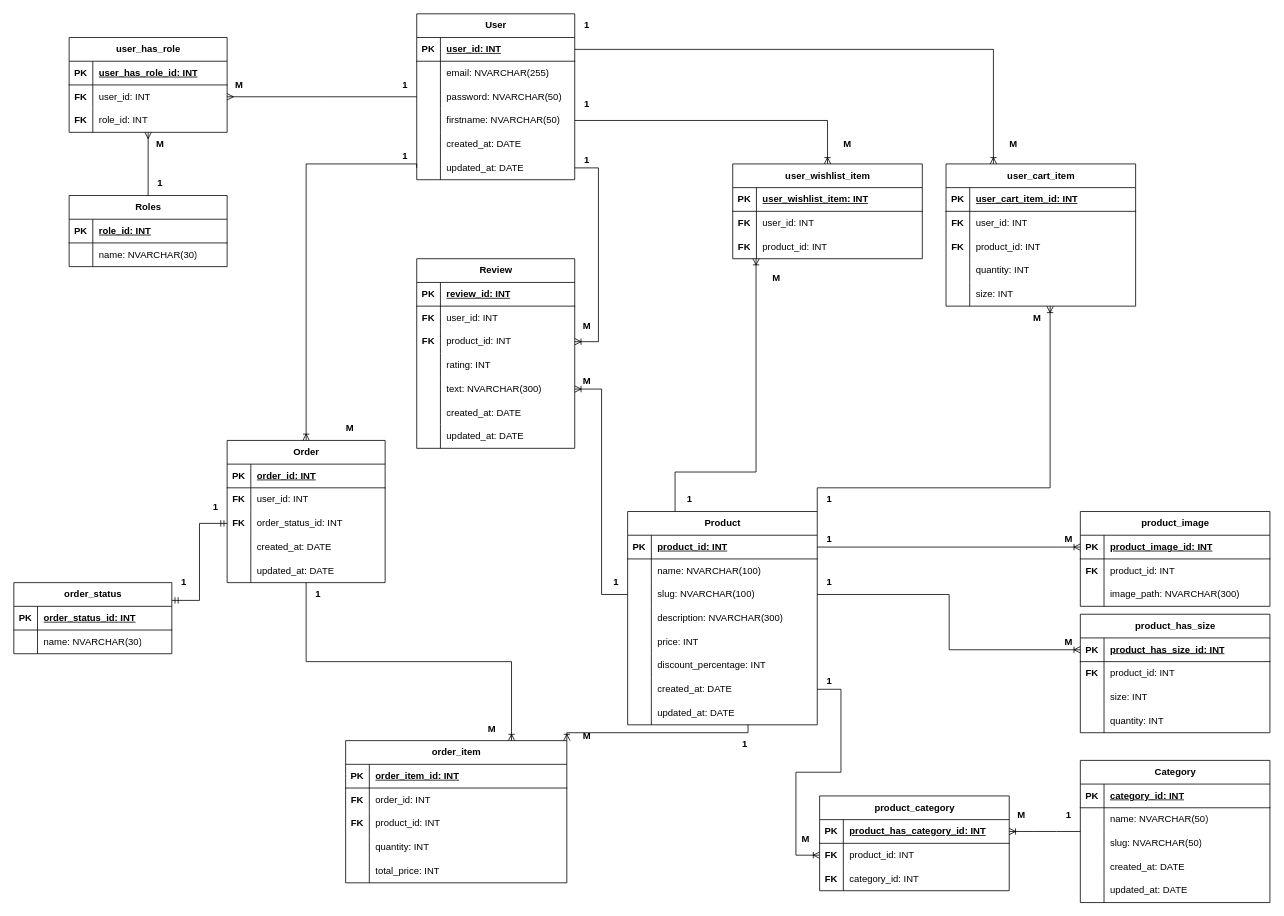
Earlier version of the draw.io diagram docs/ECommerce-ER.drawio (danilovvvladimir/quasar). Source tidied: cells renumbered, new cells numbered last; positions are measured from the earlier drawing's top-left corner, leaving out a move shared by most shapes. Both pictures are drawn from the tidied source at 79%, with x=0, y=0 at pixel (13, 13).
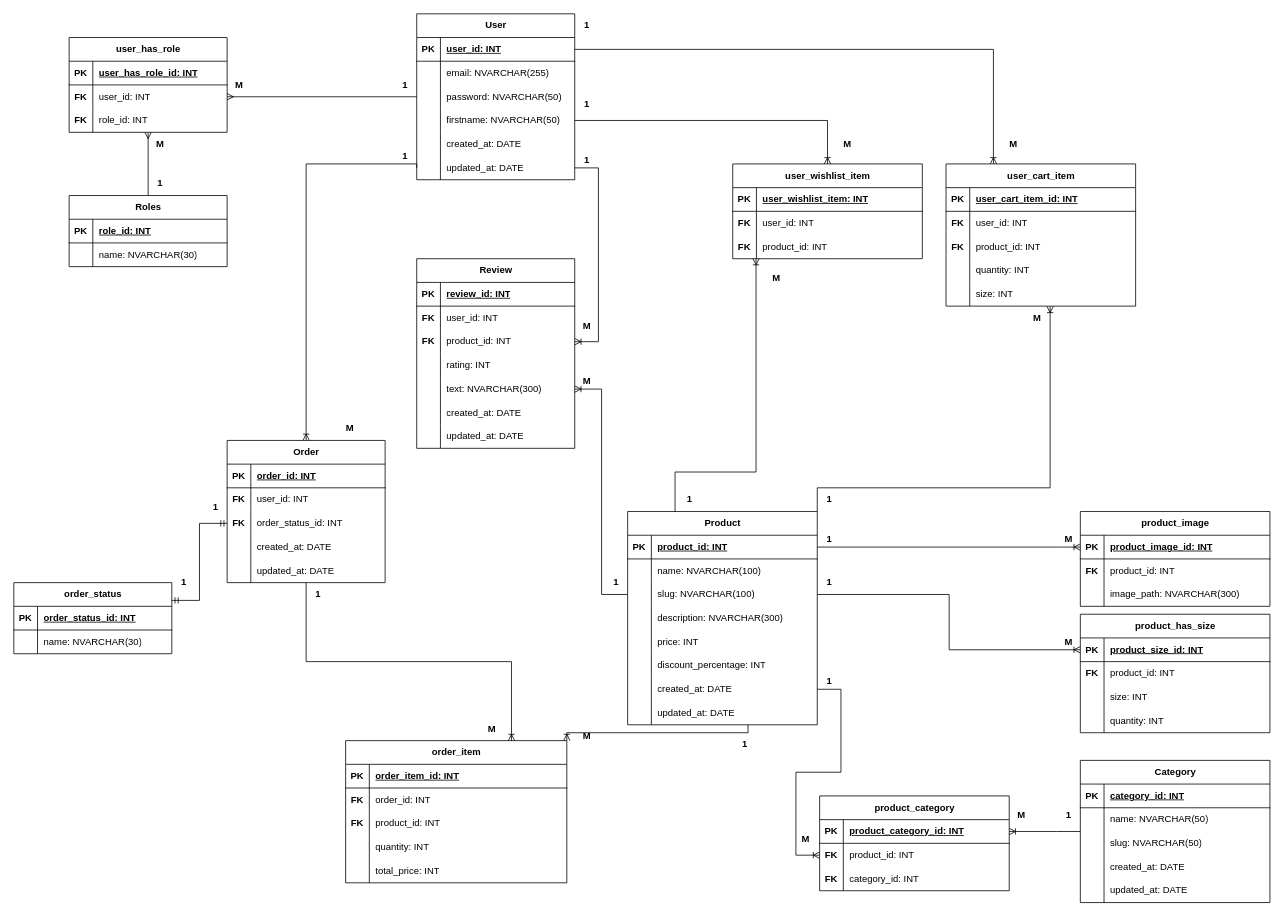
After the change.

Commit message (it also covers changes not shown here):
Fix ER + Fix queries + new queries by entities

Unchanged cells that the change refers to:
```xml
<mxCell id="124" style="shape=tableRow;horizontal=0;startSize=0;swimlaneHead=0;swimlaneBody=0;fillColor=none;points=[[0,0.5],[1,0.5]];portConstraint=eastwest;top=0;left=0;right=0;bottom=1;" parent="123" vertex="1">
  <mxGeometry y="30" width="240" height="30" as="geometry" />
</mxCell>
<mxCell id="229" style="shape=tableRow;horizontal=0;startSize=0;swimlaneHead=0;swimlaneBody=0;fillColor=none;points=[[0,0.5],[1,0.5]];portConstraint=eastwest;top=0;left=0;right=0;bottom=1;" parent="228" vertex="1">
  <mxGeometry y="30" width="240" height="30" as="geometry" />
</mxCell>
```

Change to the diagram source:
```diff
@@
-    <mxCell id="126" value="product_has_category_id: INT" style="shape=partialRectangle;fillColor=none;top=0;left=0;bottom=0;right=0;align=left;spacingLeft=6;fontStyle=5;overflow=hidden;whiteSpace=wrap;html=1;" parent="124" vertex="1">
+    <mxCell id="126" value="product_category_id: INT" style="shape=partialRectangle;fillColor=none;top=0;left=0;bottom=0;right=0;align=left;spacingLeft=6;fontStyle=5;overflow=hidden;whiteSpace=wrap;html=1;" parent="124" vertex="1">
       <mxGeometry x="30" width="210" height="30" as="geometry" />
     </mxCell>
@@
-    <mxCell id="231" value="product_has_size_id: INT" style="shape=partialRectangle;fillColor=none;top=0;left=0;bottom=0;right=0;align=left;spacingLeft=6;fontStyle=5;overflow=hidden;whiteSpace=wrap;html=1;" parent="229" vertex="1">
+    <mxCell id="231" value="product_size_id: INT" style="shape=partialRectangle;fillColor=none;top=0;left=0;bottom=0;right=0;align=left;spacingLeft=6;fontStyle=5;overflow=hidden;whiteSpace=wrap;html=1;" parent="229" vertex="1">
       <mxGeometry x="30" width="210" height="30" as="geometry" />
     </mxCell>
```
